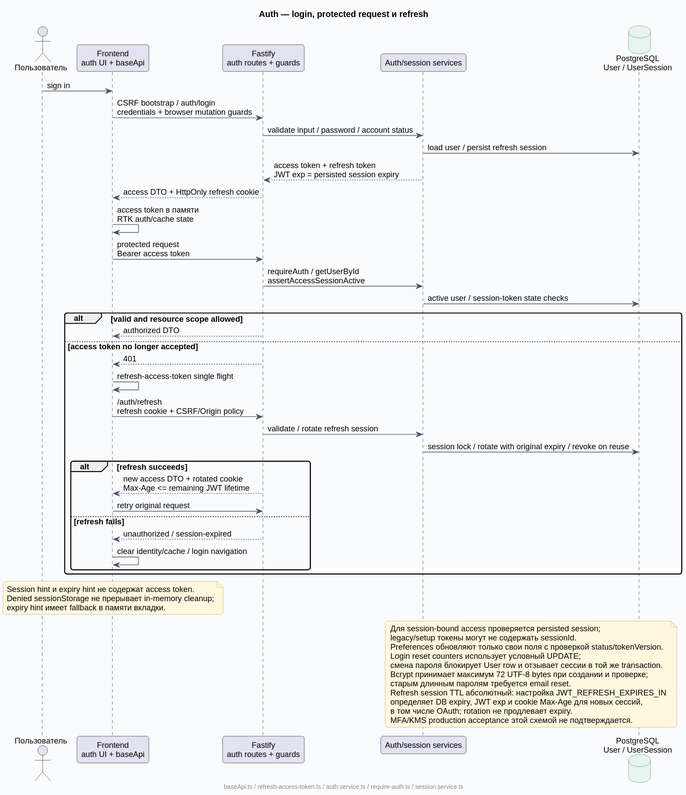
Before: docs/diagrams/rendered/07-auth-session.svg, a diagram exported from PlantUML (Dima163163/auto-care-hub).
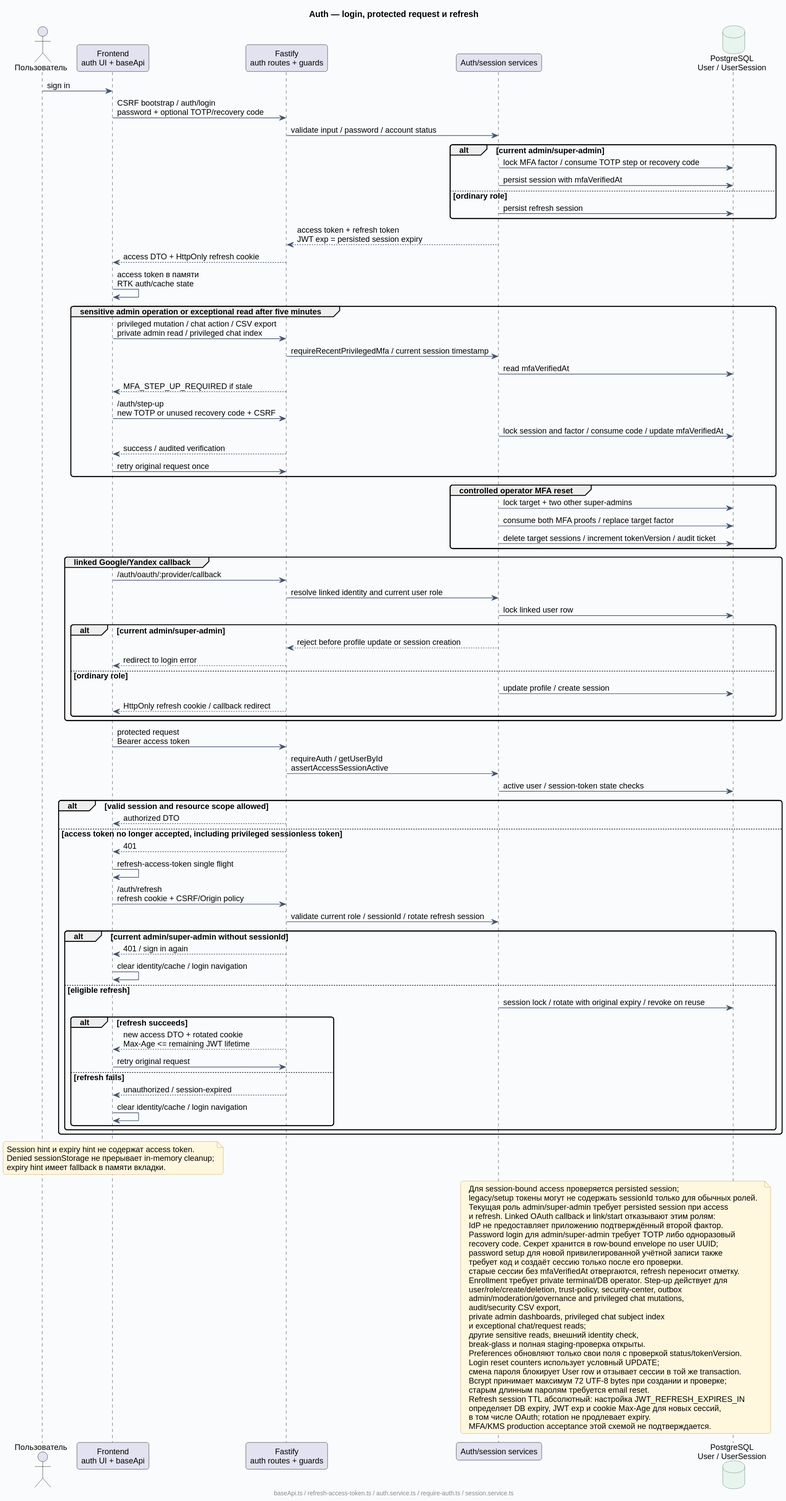
Above is the later version.

Change to the diagram source:
```diff
@@ -7,29 +7,66 @@
 participant "Auth/session services" as Auth
 database "PostgreSQL\nUser / UserSession" as PG
 User -> Front : sign in
-Front -> API : CSRF bootstrap / auth/login\ncredentials + browser mutation guards
+Front -> API : CSRF bootstrap / auth/login\npassword + optional TOTP/recovery code
 API -> Auth : validate input / password / account status
-Auth -> PG : load user / persist refresh session
+alt current admin/super-admin
+  Auth -> PG : lock MFA factor / consume TOTP step or recovery code
+  Auth -> PG : persist session with mfaVerifiedAt
+else ordinary role
+  Auth -> PG : persist refresh session
+end
 Auth --> API : access token + refresh token\nJWT exp = persisted session expiry
 API --> Front : access DTO + HttpOnly refresh cookie
 Front -> Front : access token в памяти\nRTK auth/cache state
+group sensitive admin operation or exceptional read after five minutes
+  Front -> API : privileged mutation / chat action / CSV export\nprivate admin read / privileged chat index
+  API -> Auth : requireRecentPrivilegedMfa / current session timestamp
+  Auth -> PG : read mfaVerifiedAt
+  API --> Front : MFA_STEP_UP_REQUIRED if stale
+  Front -> API : /auth/step-up\nnew TOTP or unused recovery code + CSRF
+  Auth -> PG : lock session and factor / consume code / update mfaVerifiedAt
+  API --> Front : success / audited verification
+  Front -> API : retry original request once
+end
+group controlled operator MFA reset
+  Auth -> PG : lock target + two other super-admins
+  Auth -> PG : consume both MFA proofs / replace target factor
+  Auth -> PG : delete target sessions / increment tokenVersion / audit ticket
+end
+group linked Google/Yandex callback
+  Front -> API : /auth/oauth/:provider/callback
+  API -> Auth : resolve linked identity and current user role
+  Auth -> PG : lock linked user row
+  alt current admin/super-admin
+    Auth --> API : reject before profile update or session creation
+    API --> Front : redirect to login error
+  else ordinary role
+    Auth -> PG : update profile / create session
+    API --> Front : HttpOnly refresh cookie / callback redirect
+  end
+end
 Front -> API : protected request\nBearer access token
 API -> Auth : requireAuth / getUserById\nassertAccessSessionActive
 Auth -> PG : active user / session-token state checks
-alt valid and resource scope allowed
+alt valid session and resource scope allowed
   API --> Front : authorized DTO
-else access token no longer accepted
+else access token no longer accepted, including privileged sessionless token
   API --> Front : 401
   Front -> Front : refresh-access-token single flight
   Front -> API : /auth/refresh\nrefresh cookie + CSRF/Origin policy
-  API -> Auth : validate / rotate refresh session
-  Auth -> PG : session lock / rotate with original expiry / revoke on reuse
-  alt refresh succeeds
-    API --> Front : new access DTO + rotated cookie\nMax-Age <= remaining JWT lifetime
-    Front -> API : retry original request
-  else refresh fails
-    API --> Front : unauthorized / session-expired
+  API -> Auth : validate current role / sessionId / rotate refresh session
+  alt current admin/super-admin without sessionId
+    API --> Front : 401 / sign in again
     Front -> Front : clear identity/cache / login navigation
+  else eligible refresh
+    Auth -> PG : session lock / rotate with original expiry / revoke on reuse
+    alt refresh succeeds
+      API --> Front : new access DTO + rotated cookie\nMax-Age <= remaining JWT lifetime
+      Front -> API : retry original request
+    else refresh fails
+      API --> Front : unauthorized / session-expired
+      Front -> Front : clear identity/cache / login navigation
+    end
   end
 end
 note over Front
@@ -39,7 +76,23 @@
 end note
 note over Auth, PG
   Для session-bound access проверяется persisted session;
-  legacy/setup токены могут не содержать sessionId.
+  legacy/setup токены могут не содержать sessionId только для обычных ролей.
+  Текущая роль admin/super-admin требует persisted session при access
+  и refresh. Linked OAuth callback и link/start отказывают этим ролям:
+  IdP не предоставляет приложению подтверждённый второй фактор.
+  Password login для admin/super-admin требует TOTP либо одноразовый
+  recovery code. Секрет хранится в row-bound envelope по user UUID;
+  password setup для новой привилегированной учётной записи также
+  требует код и создаёт сессию только после его проверки.
+  старые сессии без mfaVerifiedAt отвергаются, refresh переносит отметку.
+  Enrollment требует private terminal/DB operator. Step-up действует для
+  user/role/create/deletion, trust-policy, security-center, outbox
+  admin/moderation/governance and privileged chat mutations,
+  audit/security CSV export,
+  private admin dashboards, privileged chat subject index
+  и exceptional chat/request reads;
+  другие sensitive reads, внешний identity check,
+  break-glass и полная staging-проверка открыты.
   Preferences обновляют только свои поля с проверкой status/tokenVersion.
   Login reset counters использует условный UPDATE;
   смена пароля блокирует User row и отзывает сессии в той же transaction.
```
